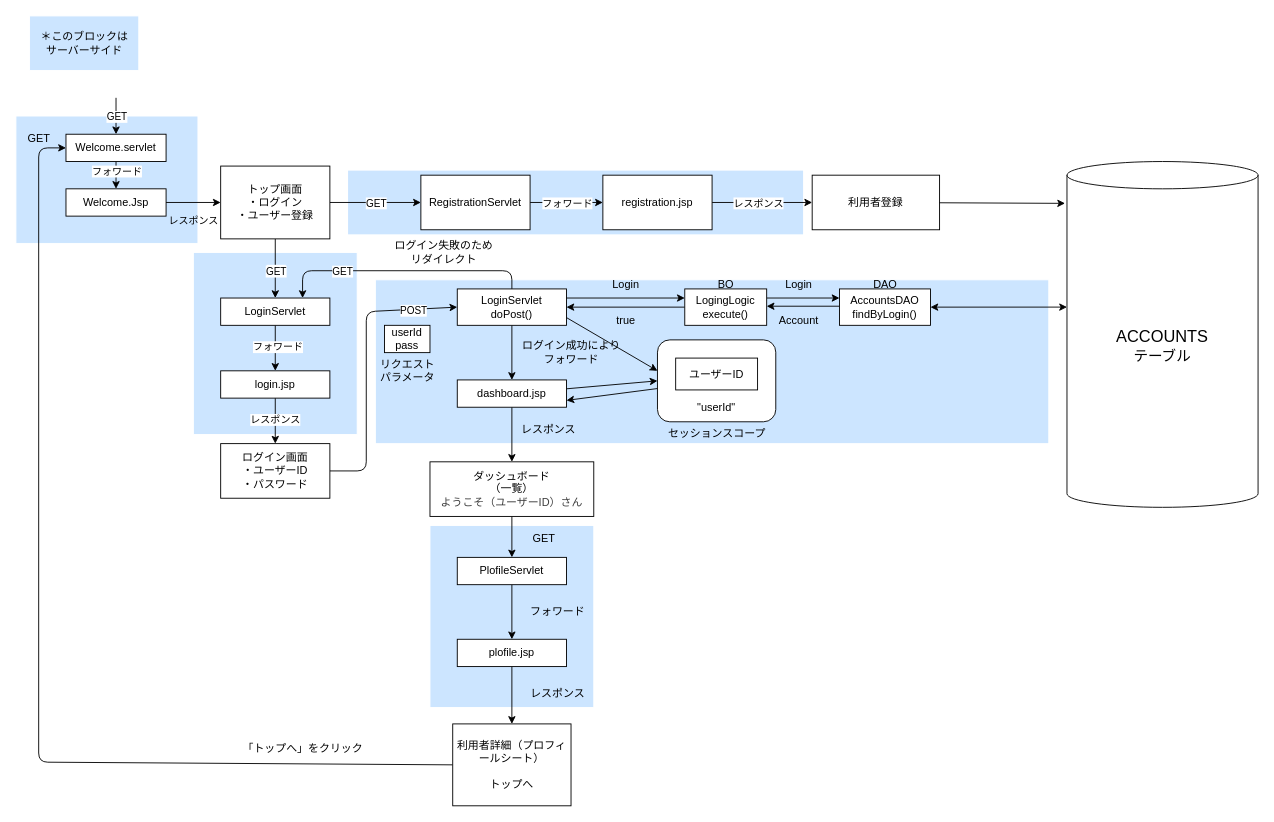
This is plofileSheet/plofile_seni.drawio from mori1252/ProfileSheet, a draw.io file, before an edit. Source tidied: cells renumbered, new cells numbered last; positions are measured from the earlier drawing's top-left corner, leaving out a move shared by most shapes. Both pictures are drawn from the tidied source at 91%, with x=0, y=0 at pixel (15, 15).
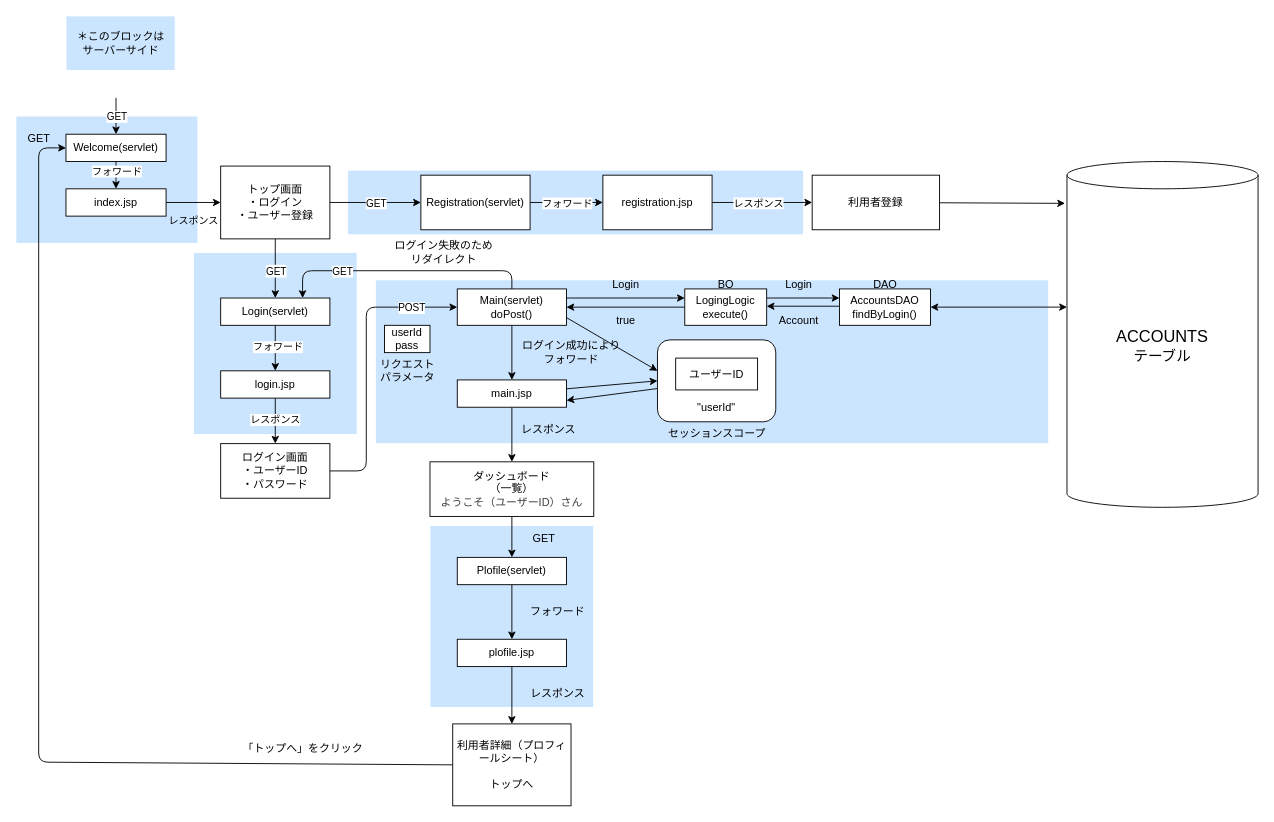
After the change.

Commit message (it also covers changes not shown here):
画面遷移図を追加

Unchanged cells that the change refers to:
```xml
<mxCell id="33" value="ログイン画面&lt;div&gt;・ユーザーID&lt;/div&gt;&lt;div&gt;・パスワード&lt;/div&gt;" style="rounded=0;whiteSpace=wrap;html=1;" parent="1" vertex="1">
  <mxGeometry x="225" y="470" width="120" height="60" as="geometry" />
</mxCell>
```

What changed in the source:
```diff
@@
-    <mxCell id="14" value="Welcome.servlet" style="rounded=0;whiteSpace=wrap;html=1;" parent="1" vertex="1">
+    <mxCell id="14" value="Welcome(servlet)" style="rounded=0;whiteSpace=wrap;html=1;" parent="1" vertex="1">
       <mxGeometry x="55" y="130" width="110" height="30" as="geometry" />
     </mxCell>
@@
-    <mxCell id="17" value="Welcome.Jsp" style="rounded=0;whiteSpace=wrap;html=1;" parent="1" vertex="1">
+    <mxCell id="17" value="index.jsp" style="rounded=0;whiteSpace=wrap;html=1;" parent="1" vertex="1">
       <mxGeometry x="55" y="190" width="110" height="30" as="geometry" />
     </mxCell>
@@
-    <mxCell id="27" value="LoginServlet" style="rounded=0;whiteSpace=wrap;html=1;" parent="1" vertex="1">
+    <mxCell id="27" value="Login(servlet)" style="rounded=0;whiteSpace=wrap;html=1;" parent="1" vertex="1">
       <mxGeometry x="225" y="310" width="120" height="30" as="geometry" />
     </mxCell>
@@
     <mxCell id="31" style="edgeStyle=none;html=1;exitX=1;exitY=0.5;exitDx=0;exitDy=0;entryX=0;entryY=0.5;entryDx=0;entryDy=0;" parent="1" edge="1" source="33" target="38">
       <mxGeometry relative="1" as="geometry">
         <Array as="points">
           <mxPoint x="385" y="500" />
-          <mxPoint x="385" y="325" />
+          <mxPoint x="385" y="320" />
         </Array>
       </mxGeometry>
     </mxCell>
@@
-    <mxCell id="38" value="LoginServlet&lt;div&gt;doPost()&lt;/div&gt;" style="rounded=0;whiteSpace=wrap;html=1;" parent="1" vertex="1">
+    <mxCell id="38" value="Main(servlet)&lt;div&gt;doPost()&lt;/div&gt;" style="rounded=0;whiteSpace=wrap;html=1;" parent="1" vertex="1">
       <mxGeometry x="485" y="300" width="120" height="40" as="geometry" />
     </mxCell>
@@
-    <mxCell id="44" value="dashboard.jsp" style="rounded=0;whiteSpace=wrap;html=1;" parent="1" vertex="1">
+    <mxCell id="44" value="main.jsp" style="rounded=0;whiteSpace=wrap;html=1;" parent="1" vertex="1">
       <mxGeometry x="485" y="400" width="120" height="30" as="geometry" />
     </mxCell>
@@
-    <mxCell id="55" value="PlofileServlet" style="rounded=0;whiteSpace=wrap;html=1;" parent="1" vertex="1">
+    <mxCell id="55" value="Plofile(servlet)" style="rounded=0;whiteSpace=wrap;html=1;" parent="1" vertex="1">
       <mxGeometry x="485" y="595" width="120" height="30" as="geometry" />
     </mxCell>
@@
     <mxCell id="62" style="group;" parent="1" vertex="1">
-      <mxGeometry x="15" width="120" height="60" as="geometry" />
+      <mxGeometry x="55" width="120" height="60" as="geometry" />
     </mxCell>
@@
-    <mxCell id="67" value="RegistrationServlet" style="rounded=0;whiteSpace=wrap;html=1;" parent="1" vertex="1">
+    <mxCell id="67" value="Registration(servlet)" style="rounded=0;whiteSpace=wrap;html=1;" parent="1" vertex="1">
       <mxGeometry x="445" y="175" width="120" height="60" as="geometry" />
     </mxCell>
```
